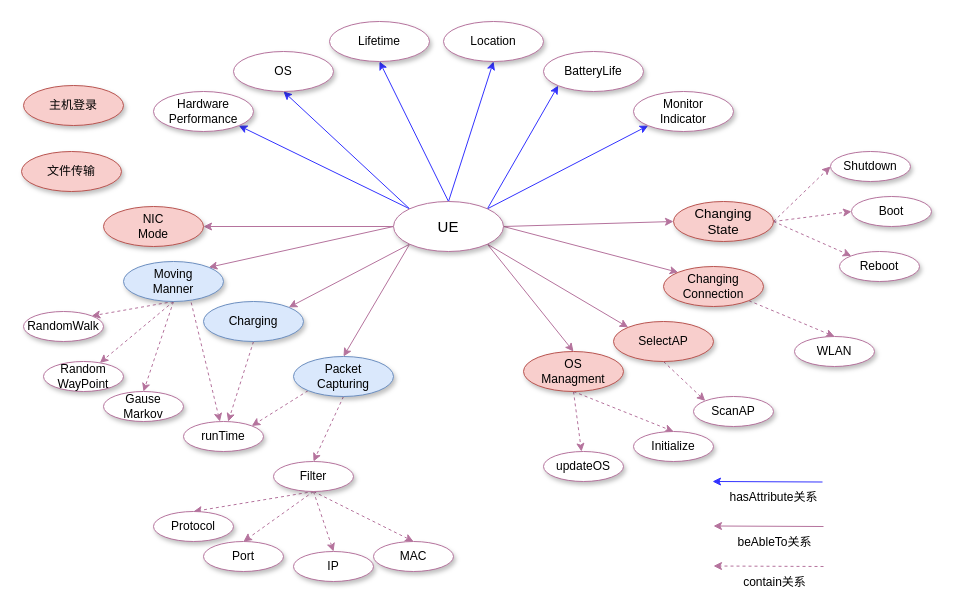
Before: page "Page-3" (3 of 4) of 描述语言RDF图.drawio in Icarus1994/neutron_conf, a draw.io diagram. Source tidied: cells renumbered, new cells numbered last; positions are measured from the earlier drawing's top-left corner, leaving out a move shared by most shapes. Both pictures are drawn from the tidied source at 100%, with x=0, y=0 at pixel (21, 21).
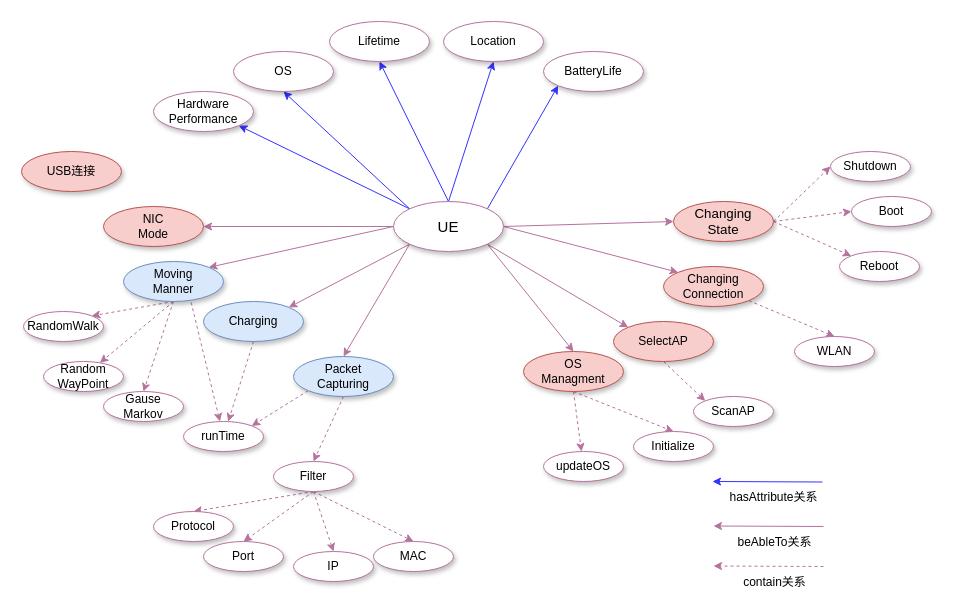
After the change.

The change refers to these unchanged cells:
```xml
<mxCell id="16" value="&lt;font style=&quot;font-size: 15px&quot;&gt;UE&lt;/font&gt;" style="ellipse;whiteSpace=wrap;html=1;align=center;shadow=1;fillColor=#FFFFFF;strokeColor=#B5739D;" parent="1" vertex="1">
  <mxGeometry x="372" y="180" width="110" height="50" as="geometry" />
</mxCell>
```

Change to the diagram source:
```diff
@@
-    <mxCell id="2" style="rounded=0;jettySize=auto;html=1;exitX=1;exitY=0;exitDx=0;exitDy=0;entryX=0;entryY=1;entryDx=0;entryDy=0;strokeColor=#3333FF;" parent="1" edge="1" source="16" target="19">
-      <mxGeometry relative="1" as="geometry" />
-    </mxCell>
@@
-    <mxCell id="19" value="Monitor&lt;br&gt;Indicator" style="ellipse;whiteSpace=wrap;html=1;align=center;shadow=1;fillColor=#FFFFFF;strokeColor=#B5739D;" parent="1" vertex="1">
-      <mxGeometry x="612" y="70" width="100" height="40" as="geometry" />
-    </mxCell>
@@
-    <mxCell id="72" value="文件传输" style="ellipse;whiteSpace=wrap;html=1;align=center;shadow=1;fillColor=#f8cecc;strokeColor=#b85450;" parent="1" vertex="1">
+    <mxCell id="72" value="USB连接" style="ellipse;whiteSpace=wrap;html=1;align=center;shadow=1;fillColor=#f8cecc;strokeColor=#b85450;" parent="1" vertex="1">
       <mxGeometry y="130" width="100" height="40" as="geometry" />
     </mxCell>
-    <mxCell id="73" value="主机登录" style="ellipse;whiteSpace=wrap;html=1;align=center;shadow=1;fillColor=#f8cecc;strokeColor=#b85450;" parent="1" vertex="1">
-      <mxGeometry x="2" y="64" width="100" height="40" as="geometry" />
-    </mxCell>
```
